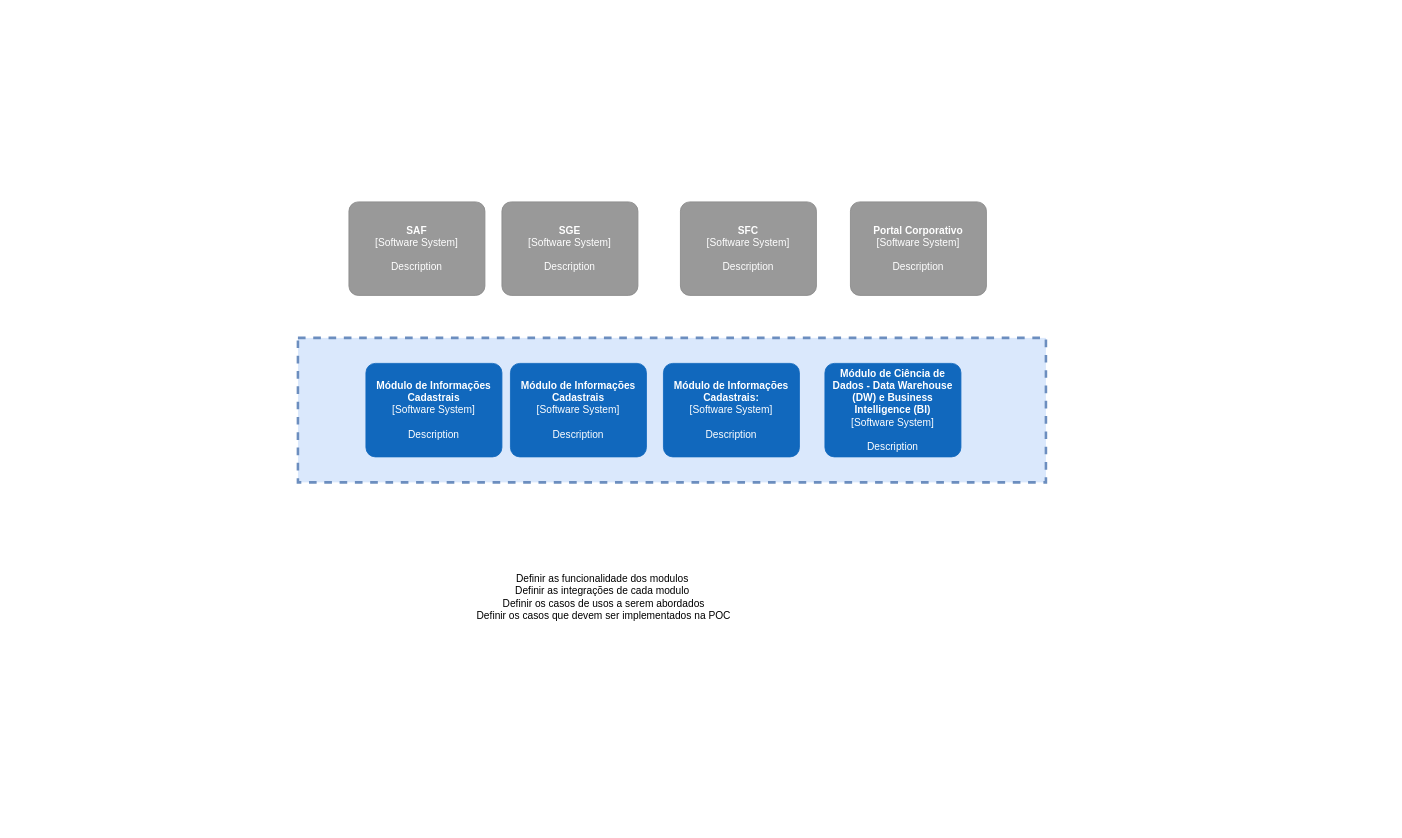
Before: desenho-solucao/DesenhoSolucao.drawio in felipepozzi/puc-minas-arquitetura, a draw.io diagram. Source tidied: cells renumbered, new cells numbered last; positions are measured from the earlier drawing's top-left corner, leaving out a move shared by most shapes. Both pictures are drawn from the tidied source at 85%, with x=0, y=0 at pixel (298, 201). Pictures stored in the file or linked from it are replaced by grey dashed boxes.
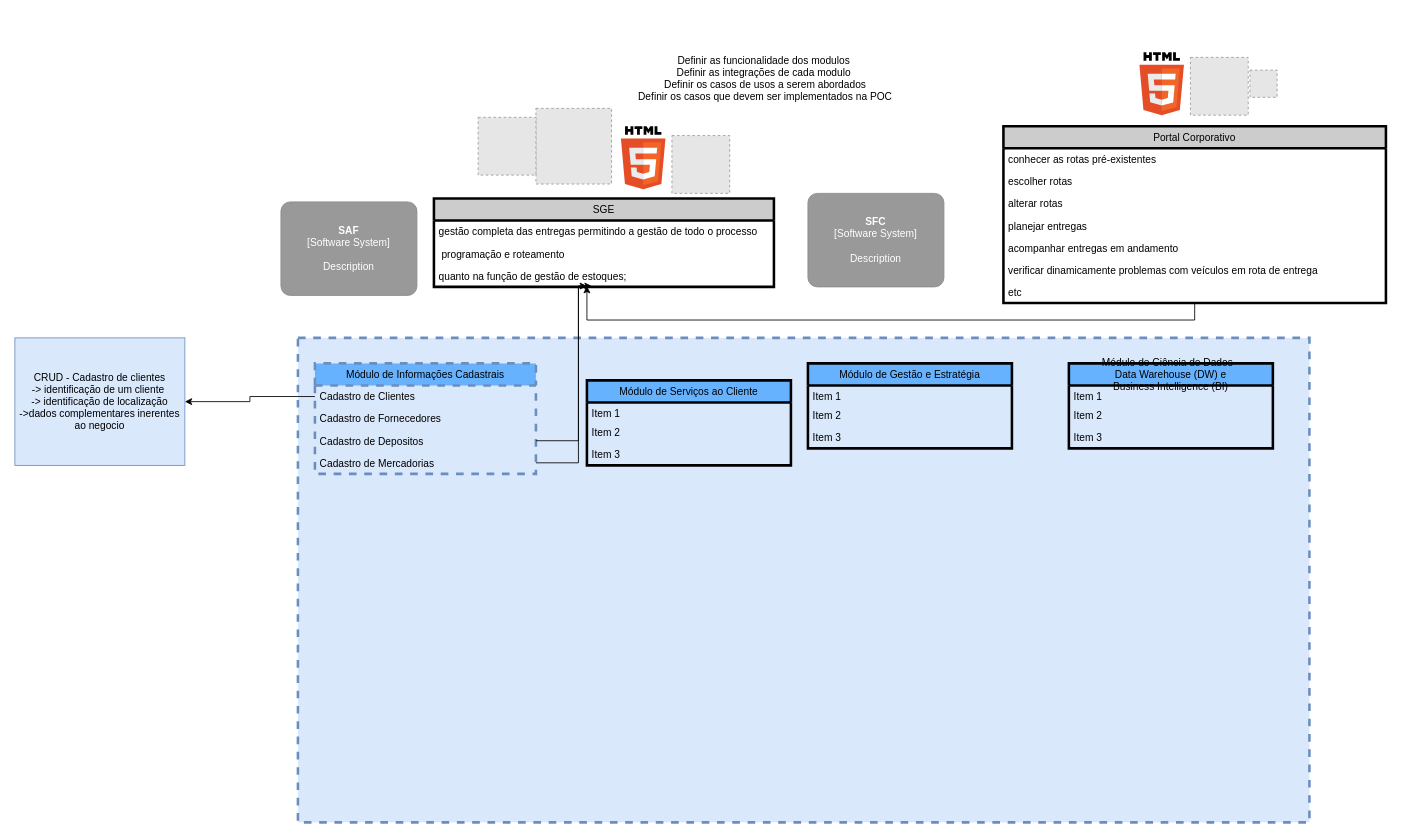
After the change.

Diff of the diagram source:
```diff
@@
     <mxCell id="2" style="rounded=0;whiteSpace=wrap;html=1;dashed=1;strokeWidth=3;fillColor=#dae8fc;strokeColor=#6c8ebf;" parent="1" vertex="1">
-      <mxGeometry y="160" width="880" height="170" as="geometry" />
+      <mxGeometry y="160" width="1190" height="570" as="geometry" />
     </mxCell>
-    <object id="3" label="&lt;b&gt;%c4Name%&lt;/b&gt;&lt;div&gt;[%c4Type%]&lt;/div&gt;&lt;br&gt;&lt;div&gt;%c4Description%&lt;/div&gt;" c4Description="Description" c4Name="SGE" c4Type="Software System" placeholders="1">
-      <mxCell style="rounded=1;whiteSpace=wrap;html=1;labelBackgroundColor=none;fillColor=#999999;fontColor=#ffffff;align=center;arcSize=10;strokeColor=#8A8A8A;metaData={&quot;c4Type&quot;:{&quot;editable&quot;:false}};" parent="1" vertex="1">
-        <mxGeometry x="240" width="160" height="110" as="geometry" />
-      </mxCell>
-    </object>
-    <object id="4" label="&lt;b&gt;%c4Name%&lt;/b&gt;&lt;div&gt;[%c4Type%]&lt;/div&gt;&lt;br&gt;&lt;div&gt;%c4Description%&lt;/div&gt;" c4Description="Description" c4Name="Módulo de Informações Cadastrais" c4Type="Software System" placeholders="1">
-      <mxCell style="rounded=1;whiteSpace=wrap;html=1;labelBackgroundColor=none;fillColor=#1168BD;fontColor=#ffffff;align=center;arcSize=10;strokeColor=#1168BD;metaData={&quot;c4Type&quot;:{&quot;editable&quot;:false}};" parent="1" vertex="1">
-        <mxGeometry x="80" y="190" width="160" height="110" as="geometry" />
-      </mxCell>
-    </object>
-    <object id="5" label="&lt;b&gt;%c4Name%&lt;/b&gt;&lt;div&gt;[%c4Type%]&lt;/div&gt;&lt;br&gt;&lt;div&gt;%c4Description%&lt;/div&gt;" c4Description="Description" c4Name="Módulo de Informações Cadastrais" c4Type="Software System" placeholders="1">
-      <mxCell style="rounded=1;whiteSpace=wrap;html=1;labelBackgroundColor=none;fillColor=#1168BD;fontColor=#ffffff;align=center;arcSize=10;strokeColor=#1168BD;metaData={&quot;c4Type&quot;:{&quot;editable&quot;:false}};" parent="1" vertex="1">
-        <mxGeometry x="250" y="190" width="160" height="110" as="geometry" />
-      </mxCell>
-    </object>
-    <object id="6" label="&lt;b&gt;%c4Name%&lt;/b&gt;&lt;div&gt;[%c4Type%]&lt;/div&gt;&lt;br&gt;&lt;div&gt;%c4Description%&lt;/div&gt;" c4Description="Description" c4Name="Módulo de Informações Cadastrais:" c4Type="Software System" placeholders="1">
-      <mxCell style="rounded=1;whiteSpace=wrap;html=1;labelBackgroundColor=none;fillColor=#1168BD;fontColor=#ffffff;align=center;arcSize=10;strokeColor=#1168BD;metaData={&quot;c4Type&quot;:{&quot;editable&quot;:false}};" parent="1" vertex="1">
-        <mxGeometry x="430" y="190" width="160" height="110" as="geometry" />
-      </mxCell>
-    </object>
-    <object id="7" label="&lt;b&gt;%c4Name%&lt;/b&gt;&lt;div&gt;[%c4Type%]&lt;/div&gt;&lt;br&gt;&lt;div&gt;%c4Description%&lt;/div&gt;" c4Description="Description" c4Name="Módulo de Ciência de Dados - Data Warehouse (DW) e Business Intelligence (BI)" c4Type="Software System" placeholders="1">
-      <mxCell style="rounded=1;whiteSpace=wrap;html=1;labelBackgroundColor=none;fillColor=#1168BD;fontColor=#ffffff;align=center;arcSize=10;strokeColor=#1168BD;metaData={&quot;c4Type&quot;:{&quot;editable&quot;:false}};" parent="1" vertex="1">
-        <mxGeometry x="620" y="190" width="160" height="110" as="geometry" />
-      </mxCell>
-    </object>
     <object id="8" label="&lt;b&gt;%c4Name%&lt;/b&gt;&lt;div&gt;[%c4Type%]&lt;/div&gt;&lt;br&gt;&lt;div&gt;%c4Description%&lt;/div&gt;" c4Description="Description" c4Name="SAF" c4Type="Software System" placeholders="1">
       <mxCell style="rounded=1;whiteSpace=wrap;html=1;labelBackgroundColor=none;fillColor=#999999;fontColor=#ffffff;align=center;arcSize=10;strokeColor=#8A8A8A;metaData={&quot;c4Type&quot;:{&quot;editable&quot;:false}};" parent="1" vertex="1">
-        <mxGeometry x="60" width="160" height="110" as="geometry" />
+        <mxGeometry x="-20" width="160" height="110" as="geometry" />
       </mxCell>
     </object>
     <object id="9" label="&lt;b&gt;%c4Name%&lt;/b&gt;&lt;div&gt;[%c4Type%]&lt;/div&gt;&lt;br&gt;&lt;div&gt;%c4Description%&lt;/div&gt;" c4Description="Description" c4Name="SFC" c4Type="Software System" placeholders="1">
       <mxCell style="rounded=1;whiteSpace=wrap;html=1;labelBackgroundColor=none;fillColor=#999999;fontColor=#ffffff;align=center;arcSize=10;strokeColor=#8A8A8A;metaData={&quot;c4Type&quot;:{&quot;editable&quot;:false}};" parent="1" vertex="1">
-        <mxGeometry x="450" width="160" height="110" as="geometry" />
+        <mxGeometry x="600" y="-10" width="160" height="110" as="geometry" />
       </mxCell>
     </object>
-    <object id="10" label="&lt;b&gt;%c4Name%&lt;/b&gt;&lt;div&gt;[%c4Type%]&lt;/div&gt;&lt;br&gt;&lt;div&gt;%c4Description%&lt;/div&gt;" c4Description="Description" c4Name="Portal Corporativo" c4Type="Software System" placeholders="1">
-      <mxCell style="rounded=1;whiteSpace=wrap;html=1;labelBackgroundColor=none;fillColor=#999999;fontColor=#ffffff;align=center;arcSize=10;strokeColor=#8A8A8A;metaData={&quot;c4Type&quot;:{&quot;editable&quot;:false}};" parent="1" vertex="1">
-        <mxGeometry x="650" width="160" height="110" as="geometry" />
-      </mxCell>
-    </object>
+    <mxCell id="13" style="edgeStyle=orthogonalEdgeStyle;rounded=0;jettySize=auto;html=1;entryX=0.45;entryY=0.962;entryDx=0;entryDy=0;entryPerimeter=0;exitX=0.5;exitY=1;exitDx=0;exitDy=0;" parent="1" edge="1" source="35" target="53">
+      <mxGeometry relative="1" as="geometry" />
+    </mxCell>
@@
     <mxCell id="12" value="Definir as funcionalidade dos modulos&amp;nbsp;&lt;br&gt;Definir as integrações de cada modulo&amp;nbsp;&lt;br&gt;Definir os casos de usos a serem abordados&lt;br&gt;Definir os casos que devem ser implementados na POC" style="text;html=1;strokeColor=none;fillColor=none;align=center;verticalAlign=middle;whiteSpace=wrap;rounded=0;dashed=1;" parent="1" vertex="1">
-      <mxGeometry x="100" y="390" width="520" height="150" as="geometry" />
+      <mxGeometry x="290" y="-220" width="520" height="150" as="geometry" />
     </mxCell>
+    <mxCell id="14" value="Módulo de Informações Cadastrais" style="swimlane;fontStyle=0;horizontal=1;startSize=26;dashed=1;strokeWidth=3;strokeColor=#6c8ebf;fillColor=#66B2FF;" parent="1" vertex="1">
+      <mxGeometry x="20" y="190" width="260" height="130" as="geometry" />
+    </mxCell>
+    <mxCell id="15" value="Cadastro de Clientes" style="text;strokeColor=none;fillColor=none;align=left;verticalAlign=top;spacingLeft=4;spacingRight=4;overflow=hidden;points=[[0,0.5],[1,0.5]];portConstraint=eastwest;" parent="14" vertex="1">
+      <mxGeometry y="26" width="260" height="26" as="geometry" />
+    </mxCell>
+    <mxCell id="16" value="Cadastro de Fornecedores" style="text;strokeColor=none;fillColor=none;align=left;verticalAlign=top;spacingLeft=4;spacingRight=4;overflow=hidden;" parent="14" vertex="1">
+      <mxGeometry y="52" width="260" height="26" as="geometry" />
+    </mxCell>
+    <mxCell id="17" value="Cadastro de Depositos" style="text;strokeColor=none;fillColor=none;align=left;verticalAlign=top;spacingLeft=4;spacingRight=4;overflow=hidden;points=[[0,0.5],[1,0.5]];portConstraint=eastwest;" parent="14" vertex="1">
+      <mxGeometry y="78" width="260" height="26" as="geometry" />
+    </mxCell>
+    <mxCell id="18" value="Cadastro de Mercadorias" style="text;strokeColor=none;fillColor=none;align=left;verticalAlign=top;spacingLeft=4;spacingRight=4;overflow=hidden;points=[[0,0.5],[1,0.5]];portConstraint=eastwest;" parent="14" vertex="1">
+      <mxGeometry y="104" width="260" height="26" as="geometry" />
+    </mxCell>
+    <mxCell id="19" value="CRUD - Cadastro de clientes&lt;br&gt;-&amp;gt; identificação de um cliente&amp;nbsp;&lt;br&gt;-&amp;gt; identificação de localização&lt;br&gt;-&amp;gt;dados complementares inerentes ao negocio" style="text;html=1;fillColor=#dae8fc;align=center;verticalAlign=middle;whiteSpace=wrap;rounded=0;strokeColor=#6c8ebf;" parent="1" vertex="1">
+      <mxGeometry x="-333" y="160" width="200" height="150" as="geometry" />
+    </mxCell>
+    <mxCell id="20" style="edgeStyle=orthogonalEdgeStyle;rounded=0;jettySize=auto;html=1;" parent="1" edge="1" source="15" target="19">
+      <mxGeometry relative="1" as="geometry" />
+    </mxCell>
+    <mxCell id="21" value=" Módulo de Serviços ao Cliente" style="swimlane;fontStyle=0;horizontal=1;startSize=26;strokeColor=#000000;strokeWidth=3;fillColor=#66B2FF;" parent="1" vertex="1">
+      <mxGeometry x="340" y="210" width="240" height="100" as="geometry" />
+    </mxCell>
+    <mxCell id="22" value="Item 1" style="text;strokeColor=none;fillColor=none;align=left;verticalAlign=top;spacingLeft=4;spacingRight=4;overflow=hidden;" parent="21" vertex="1">
+      <mxGeometry y="26" width="240" height="22" as="geometry" />
+    </mxCell>
+    <mxCell id="23" value="Item 2" style="text;strokeColor=none;fillColor=none;align=left;verticalAlign=top;spacingLeft=4;spacingRight=4;overflow=hidden;" parent="21" vertex="1">
+      <mxGeometry y="48" width="240" height="26" as="geometry" />
+    </mxCell>
+    <mxCell id="24" value="Item 3" style="text;strokeColor=none;fillColor=none;align=left;verticalAlign=top;spacingLeft=4;spacingRight=4;overflow=hidden;" parent="21" vertex="1">
+      <mxGeometry y="74" width="240" height="26" as="geometry" />
+    </mxCell>
+    <mxCell id="25" value=" Módulo de Gestão e Estratégia" style="swimlane;fontStyle=0;horizontal=1;startSize=26;strokeColor=#000000;strokeWidth=3;fillColor=#66B2FF;" parent="1" vertex="1">
+      <mxGeometry x="600" y="190" width="240" height="100" as="geometry" />
+    </mxCell>
+    <mxCell id="26" value="Item 1" style="text;strokeColor=none;fillColor=none;align=left;verticalAlign=top;spacingLeft=4;spacingRight=4;overflow=hidden;" parent="25" vertex="1">
+      <mxGeometry y="26" width="240" height="22" as="geometry" />
+    </mxCell>
+    <mxCell id="27" value="Item 2" style="text;strokeColor=none;fillColor=none;align=left;verticalAlign=top;spacingLeft=4;spacingRight=4;overflow=hidden;" parent="25" vertex="1">
+      <mxGeometry y="48" width="240" height="26" as="geometry" />
+    </mxCell>
+    <mxCell id="28" value="Item 3" style="text;strokeColor=none;fillColor=none;align=left;verticalAlign=top;spacingLeft=4;spacingRight=4;overflow=hidden;" parent="25" vertex="1">
+      <mxGeometry y="74" width="240" height="26" as="geometry" />
+    </mxCell>
+    <mxCell id="29" value="Módulo de Ciência de Dados - &#10;Data Warehouse (DW) e &#10;Business Intelligence (BI)" style="swimlane;fontStyle=0;horizontal=1;startSize=26;strokeColor=#000000;strokeWidth=3;fillColor=#66B2FF;" parent="1" vertex="1">
+      <mxGeometry x="907" y="190" width="240" height="100" as="geometry" />
+    </mxCell>
+    <mxCell id="30" value="Item 1" style="text;strokeColor=none;fillColor=none;align=left;verticalAlign=top;spacingLeft=4;spacingRight=4;overflow=hidden;" parent="29" vertex="1">
+      <mxGeometry y="26" width="240" height="22" as="geometry" />
+    </mxCell>
+    <mxCell id="31" value="Item 2" style="text;strokeColor=none;fillColor=none;align=left;verticalAlign=top;spacingLeft=4;spacingRight=4;overflow=hidden;" parent="29" vertex="1">
+      <mxGeometry y="48" width="240" height="26" as="geometry" />
+    </mxCell>
+    <mxCell id="32" value="Item 3" style="text;strokeColor=none;fillColor=none;align=left;verticalAlign=top;spacingLeft=4;spacingRight=4;overflow=hidden;" parent="29" vertex="1">
+      <mxGeometry y="74" width="240" height="26" as="geometry" />
+    </mxCell>
+    <mxCell id="33" style="edgeStyle=orthogonalEdgeStyle;rounded=0;jettySize=auto;html=1;entryX=0.464;entryY=0.962;entryDx=0;entryDy=0;entryPerimeter=0;" parent="1" edge="1" source="17" target="53">
+      <mxGeometry relative="1" as="geometry">
+        <Array as="points">
+          <mxPoint x="330" y="281" />
+          <mxPoint x="330" y="99" />
+        </Array>
+      </mxGeometry>
+    </mxCell>
+    <mxCell id="34" style="edgeStyle=orthogonalEdgeStyle;rounded=0;jettySize=auto;html=1;entryX=0.45;entryY=0.962;entryDx=0;entryDy=0;entryPerimeter=0;" parent="1" edge="1" source="18" target="53">
+      <mxGeometry relative="1" as="geometry">
+        <Array as="points">
+          <mxPoint x="330" y="307" />
+          <mxPoint x="330" y="99" />
+        </Array>
+      </mxGeometry>
+    </mxCell>
+    <mxCell id="35" value="Portal Corporativo" style="swimlane;fontStyle=0;horizontal=1;startSize=26;strokeColor=#000000;strokeWidth=3;fillColor=#CCCCCC;" parent="1" vertex="1">
+      <mxGeometry x="830" y="-89" width="450" height="208" as="geometry" />
+    </mxCell>
+    <mxCell id="36" value="conhecer as rotas pré-existentes" style="text;strokeColor=none;fillColor=none;align=left;verticalAlign=top;spacingLeft=4;spacingRight=4;overflow=hidden;" parent="35" vertex="1">
+      <mxGeometry y="26" width="450" height="26" as="geometry" />
+    </mxCell>
+    <mxCell id="37" value=" escolher rotas" style="text;strokeColor=none;fillColor=none;align=left;verticalAlign=top;spacingLeft=4;spacingRight=4;overflow=hidden;" parent="35" vertex="1">
+      <mxGeometry y="52" width="450" height="26" as="geometry" />
+    </mxCell>
+    <mxCell id="38" value="alterar rotas" style="text;strokeColor=none;fillColor=none;align=left;verticalAlign=top;spacingLeft=4;spacingRight=4;overflow=hidden;" parent="35" vertex="1">
+      <mxGeometry y="78" width="450" height="26" as="geometry" />
+    </mxCell>
+    <mxCell id="39" value="planejar entregas" style="text;strokeColor=none;fillColor=none;align=left;verticalAlign=top;spacingLeft=4;spacingRight=4;overflow=hidden;" parent="35" vertex="1">
+      <mxGeometry y="104" width="450" height="26" as="geometry" />
+    </mxCell>
+    <mxCell id="40" value="acompanhar entregas em andamento" style="text;strokeColor=none;fillColor=none;align=left;verticalAlign=top;spacingLeft=4;spacingRight=4;overflow=hidden;" parent="35" vertex="1">
+      <mxGeometry y="130" width="450" height="26" as="geometry" />
+    </mxCell>
+    <mxCell id="41" value="verificar dinamicamente problemas com veículos em rota de entrega" style="text;strokeColor=none;fillColor=none;align=left;verticalAlign=top;spacingLeft=4;spacingRight=4;overflow=hidden;" parent="35" vertex="1">
+      <mxGeometry y="156" width="450" height="26" as="geometry" />
+    </mxCell>
+    <mxCell id="42" value="etc" style="text;strokeColor=none;fillColor=none;align=left;verticalAlign=top;spacingLeft=4;spacingRight=4;overflow=hidden;" parent="35" vertex="1">
+      <mxGeometry y="182" width="450" height="26" as="geometry" />
+    </mxCell>
+    <mxCell id="43" style="fillColor=#E6E6E6;strokeColor=#999999;dashed=1;html=1;verticalAlign=top;verticalLabelPosition=bottom;labelBackgroundColor=#ffffff;" parent="1" vertex="1">
+      <mxGeometry x="1050" y="-170" width="68" height="68" as="geometry" />
+    </mxCell>
+    <mxCell id="44" style="dashed=0;html=1;align=center;labelPosition=center;verticalLabelPosition=bottom;verticalAlign=top;shape=mxgraph.weblogos.html5;strokeColor=#000000;strokeWidth=3;fillColor=#CCCCCC;" parent="1" vertex="1">
+      <mxGeometry x="990" y="-176" width="52.4" height="74" as="geometry" />
+    </mxCell>
+    <mxCell id="45" style="fillColor=#E6E6E6;strokeColor=#999999;dashed=1;html=1;verticalAlign=top;verticalLabelPosition=bottom;labelBackgroundColor=#ffffff;" parent="1" vertex="1">
+      <mxGeometry x="1120" y="-155" width="32" height="32" as="geometry" />
+    </mxCell>
+    <mxCell id="46" style="fillColor=#E6E6E6;strokeColor=#999999;dashed=1;html=1;verticalAlign=top;verticalLabelPosition=bottom;labelBackgroundColor=#ffffff;" parent="1" vertex="1">
+      <mxGeometry x="280" y="-110" width="89" height="89" as="geometry" />
+    </mxCell>
+    <mxCell id="47" style="fillColor=#E6E6E6;strokeColor=#999999;dashed=1;html=1;verticalAlign=top;verticalLabelPosition=bottom;labelBackgroundColor=#ffffff;" parent="1" vertex="1">
+      <mxGeometry x="440" y="-78" width="68" height="68" as="geometry" />
+    </mxCell>
+    <mxCell id="48" style="dashed=0;html=1;align=center;labelPosition=center;verticalLabelPosition=bottom;verticalAlign=top;shape=mxgraph.weblogos.html5;strokeColor=#000000;strokeWidth=3;fillColor=#CCCCCC;" parent="1" vertex="1">
+      <mxGeometry x="380" y="-89" width="52.4" height="74" as="geometry" />
+    </mxCell>
+    <mxCell id="49" style="fillColor=#E6E6E6;strokeColor=#999999;dashed=1;html=1;verticalAlign=top;verticalLabelPosition=bottom;labelBackgroundColor=#ffffff;" parent="1" vertex="1">
+      <mxGeometry x="212" y="-99.5" width="68" height="68" as="geometry" />
+    </mxCell>
+    <mxCell id="50" value="SGE" style="swimlane;fontStyle=0;horizontal=1;startSize=26;strokeColor=#000000;strokeWidth=3;fillColor=#CCCCCC;" parent="1" vertex="1">
+      <mxGeometry x="160" y="-4" width="400" height="104" as="geometry" />
+    </mxCell>
+    <mxCell id="51" value=" gestão completa das entregas permitindo a gestão de todo o processo" style="text;strokeColor=none;fillColor=none;align=left;verticalAlign=top;spacingLeft=4;spacingRight=4;overflow=hidden;" parent="50" vertex="1">
+      <mxGeometry y="26" width="400" height="26" as="geometry" />
+    </mxCell>
+    <mxCell id="52" value=" programação e roteamento " style="text;strokeColor=none;fillColor=none;align=left;verticalAlign=top;spacingLeft=4;spacingRight=4;overflow=hidden;" parent="50" vertex="1">
+      <mxGeometry y="52" width="400" height="26" as="geometry" />
+    </mxCell>
+    <mxCell id="53" value="quanto na função de gestão de estoques;" style="text;strokeColor=none;fillColor=none;align=left;verticalAlign=top;spacingLeft=4;spacingRight=4;overflow=hidden;points=[[0,0.5],[1,0.5]];portConstraint=eastwest;" parent="50" vertex="1">
+      <mxGeometry y="78" width="400" height="26" as="geometry" />
+    </mxCell>
```
